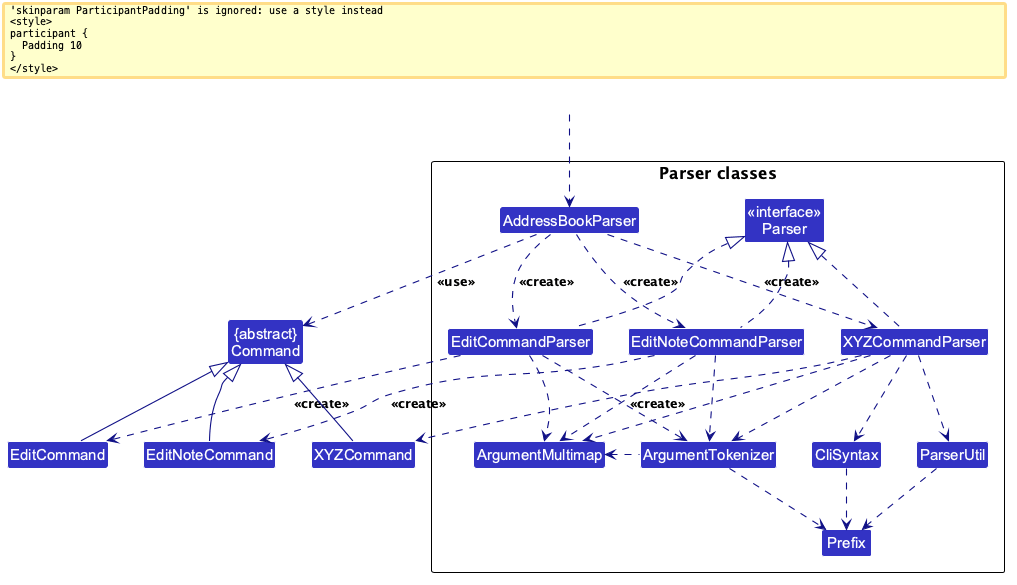
Above: docs/images/ParserClasses.png in AY2627S1-CS2103T-F09-1/tp (PlantUML), before the change. The source it was exported from:
```plantuml
@startuml
!include style.puml
skinparam arrowThickness 1.1
skinparam arrowColor LOGIC_COLOR_T4
skinparam classBackgroundColor LOGIC_COLOR

Class "{abstract}\nCommand" as Command
Class XYZCommand
Class EditCommand
Class EditNoteCommand

package "Parser classes"{
Class "<<interface>>\nParser" as Parser
Class AddressBookParser
Class XYZCommandParser
Class EditCommandParser
Class EditNoteCommandParser
Class CliSyntax
Class ParserUtil
Class ArgumentMultimap
Class ArgumentTokenizer
Class Prefix
}

Class HiddenOutside #FFFFFF
HiddenOutside ..> AddressBookParser

AddressBookParser .down.> XYZCommandParser: <<create>>
AddressBookParser .down.> EditCommandParser: <<create>>
AddressBookParser .down.> EditNoteCommandParser: <<create>>

XYZCommandParser ..> XYZCommand : <<create>>
EditCommandParser ..> EditCommand : <<create>>
EditNoteCommandParser ..> EditNoteCommand : <<create>>
AddressBookParser ..> Command : <<use>>
XYZCommandParser .up.|> Parser
EditCommandParser .up.|> Parser
EditNoteCommandParser .up.|> Parser
XYZCommandParser ..> ArgumentMultimap
EditCommandParser ..> ArgumentMultimap
EditNoteCommandParser ..> ArgumentMultimap
XYZCommandParser ..> ArgumentTokenizer
EditCommandParser ..> ArgumentTokenizer
EditNoteCommandParser ..> ArgumentTokenizer
ArgumentTokenizer .left.> ArgumentMultimap
XYZCommandParser ..> CliSyntax
CliSyntax ..> Prefix
XYZCommandParser ..> ParserUtil
ParserUtil .down.> Prefix
ArgumentTokenizer .down.> Prefix
XYZCommand -up-|> Command
EditCommand -up-|> Command
EditNoteCommand -up-|> Command
@enduml
```
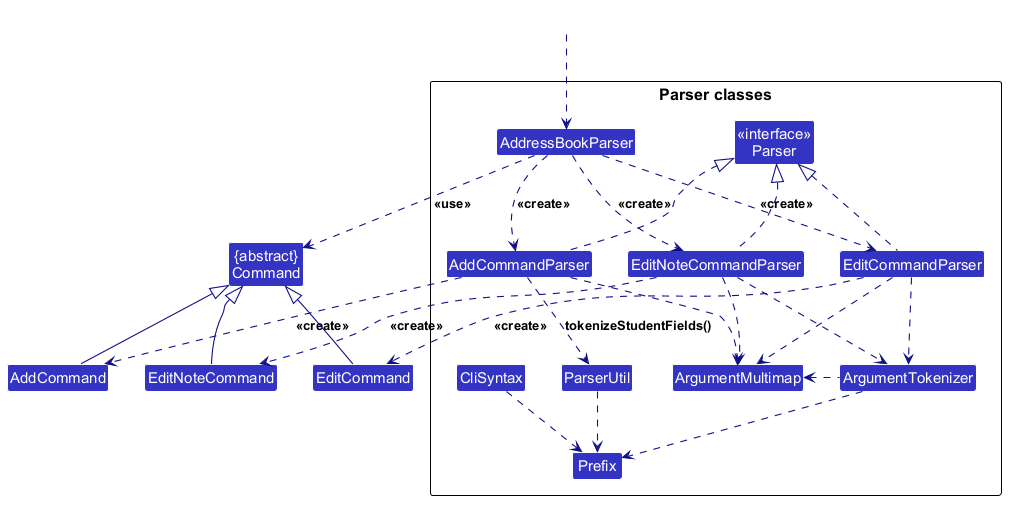
Above is the later version.

Change to the diagram source:
```diff
@@ -5,14 +5,14 @@
 skinparam classBackgroundColor LOGIC_COLOR
 
 Class "{abstract}\nCommand" as Command
-Class XYZCommand
+Class AddCommand
 Class EditCommand
 Class EditNoteCommand
 
 package "Parser classes"{
 Class "<<interface>>\nParser" as Parser
 Class AddressBookParser
-Class XYZCommandParser
+Class AddCommandParser
 Class EditCommandParser
 Class EditNoteCommandParser
 Class CliSyntax
@@ -25,30 +25,28 @@
 Class HiddenOutside #FFFFFF
 HiddenOutside ..> AddressBookParser
 
-AddressBookParser .down.> XYZCommandParser: <<create>>
+AddressBookParser .down.> AddCommandParser: <<create>>
 AddressBookParser .down.> EditCommandParser: <<create>>
 AddressBookParser .down.> EditNoteCommandParser: <<create>>
 
-XYZCommandParser ..> XYZCommand : <<create>>
+AddCommandParser ..> AddCommand : <<create>>
 EditCommandParser ..> EditCommand : <<create>>
 EditNoteCommandParser ..> EditNoteCommand : <<create>>
 AddressBookParser ..> Command : <<use>>
-XYZCommandParser .up.|> Parser
+AddCommandParser .up.|> Parser
 EditCommandParser .up.|> Parser
 EditNoteCommandParser .up.|> Parser
-XYZCommandParser ..> ArgumentMultimap
+AddCommandParser ..> ArgumentMultimap
 EditCommandParser ..> ArgumentMultimap
 EditNoteCommandParser ..> ArgumentMultimap
-XYZCommandParser ..> ArgumentTokenizer
+AddCommandParser ..> ParserUtil : tokenizeStudentFields()
 EditCommandParser ..> ArgumentTokenizer
 EditNoteCommandParser ..> ArgumentTokenizer
 ArgumentTokenizer .left.> ArgumentMultimap
-XYZCommandParser ..> CliSyntax
 CliSyntax ..> Prefix
-XYZCommandParser ..> ParserUtil
 ParserUtil .down.> Prefix
 ArgumentTokenizer .down.> Prefix
-XYZCommand -up-|> Command
+AddCommand -up-|> Command
 EditCommand -up-|> Command
 EditNoteCommand -up-|> Command
 @enduml
```
